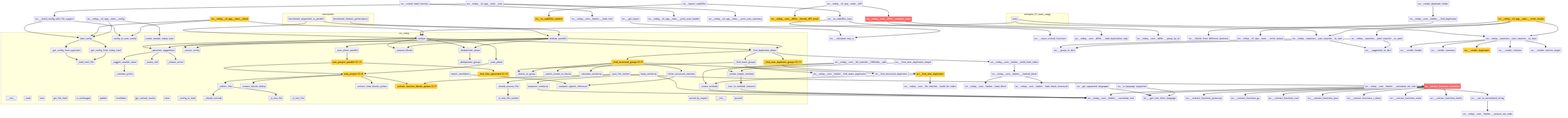
semcod/redup keeps this Mermaid diagram as project/flow.png. Above is the earlier version. Its source is kept beside it as project/flow.mmd.
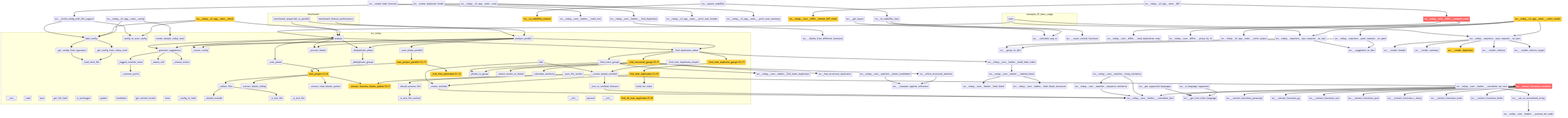
Later version of the same file.

The edit, as a diff of the source:
```diff
@@ -23,6 +23,13 @@
         src__get_cached_results["get_cached_results"]
         src__redup__core__hash_cache__HashCache__clear["clear"]
         src__redup__core__hash_cache___config_to_hash["_config_to_hash"]
+        src__find_exact_duplicates_lazy["find_exact_duplicates_lazy"]
+        src__find_structural_duplicates_lazy["find_structural_duplicates_lazy"]
+        src___create_duplicate_group["_create_duplicate_group"]
+        src__find_all_duplicates_lazy["find_all_duplicates_lazy"]
+        src____init__["__init__"]
+        src__collect["collect"]
+        src__collect_sorted["collect_sorted"]
         src__redup__core__planner___common_prefix["_common_prefix"]
         src__redup__core__planner___suggest_module_name["_suggest_module_name"]
         src__redup__core__planner___assess_risk["_assess_risk"]
@@ -33,7 +40,7 @@
         src__redup__core__scanner___is_test_file["_is_test_file"]
         src__redup__core__scanner___extract_blocks_sliding["_extract_blocks_sliding"]
         src___extract_class_blocks_python["_extract_class_blocks_python"]
-        src___extract_function_blocks_python("_extract_function_blocks_python CC=9")
+        src___extract_function_blocks_python("_extract_function_blocks_python CC=10")
         src__redup__core__scanner__scan_project("scan_project CC=8")
         src___scan_file_worker["_scan_file_worker"]
         src___should_process_file["_should_process_file"]
@@ -57,27 +64,26 @@
         src__redup__core__pipeline___calculate_similarity["_calculate_similarity"]
         src___find_near_duplicate_groups("_find_near_duplicate_groups CC=11")
         src__redup__core__pipeline__analyze_parallel["analyze_parallel"]
-        src__redup__core__matcher__sequence_similarity["sequence_similarity"]
-        src__redup__core__matcher__fuzzy_similarity["fuzzy_similarity"]
-        src___compare_against_reference["_compare_against_reference"]
-        src__redup__core__matcher__match_candidates["match_candidates"]
-        src__refine_structural_matches["refine_structural_matches"]
-        src__redup__core__hasher___normalize_text["_normalize_text"]
-        src__redup__core__hasher___normalize_ast_text["_normalize_ast_text"]
-        src___ast_to_normalized_string["_ast_to_normalized_string"]
-        src__redup__core__hasher___process_ast_node["_process_ast_node"]
-        src__redup__core__hasher___get_placeholder["_get_placeholder"]
+        src__redup__core__lsh_matcher___create_minhash["_create_minhash"]
+        src___text_to_minhash_features["_text_to_minhash_features"]
+        src___create_simple_minhash["_create_simple_minhash"]
     end
-    benchmark__benchmark_sequential_vs_parallel --> src__redup__core__pipeline__analyze
-    benchmark__benchmark_sequential_vs_parallel --> src__redup__core__pipeline__analyze_parallel
-    benchmark__benchmark_feature_performance --> src__redup__core__pipeline__analyze_parallel
-    examples__01_basic_usage__main --> src__redup__core__pipeline__analyze
-    examples__01_basic_usage__main --> src__redup__reporters__toon_reporter__to_toon
-    examples__01_basic_usage__main --> src__redup__reporters__json_reporter__to_json
     src___get_config_from_pyproject --> src__redup__core__config___load_toml_file
     src___get_config_from_redup_toml --> src__redup__core__config___load_toml_file
     src__redup__core__config__load_config --> src___get_config_from_redup_toml
     src__redup__core__config__load_config --> src___get_config_from_pyproject
+    benchmark__benchmark_sequential_vs_parallel --> src__redup__core__pipeline__analyze
+    benchmark__benchmark_sequential_vs_parallel --> src__redup__core__pipeline__analyze_parallel
+    benchmark__benchmark_feature_performance --> src__redup__core__pipeline__analyze_parallel
+    src__find_exact_duplicates_lazy --> src___create_duplicate_group
+    src__find_exact_duplicates_lazy --> src___blocks_from_different_locations
+    src__find_structural_duplicates_lazy --> src___create_duplicate_group
+    src__find_structural_duplicates_lazy --> src___blocks_from_different_locations
+    src__find_all_duplicates_lazy --> src__find_exact_duplicates_lazy
+    src__find_all_duplicates_lazy --> src__find_structural_duplicates_lazy
+    examples__01_basic_usage__main --> src__redup__core__pipeline__analyze
+    examples__01_basic_usage__main --> src__redup__reporters__toon_reporter__to_toon
+    examples__01_basic_usage__main --> src__redup__reporters__json_reporter__to_json
     src__redup__core__planner___suggest_module_name --> src__redup__core__planner___common_prefix
     src__redup__core__planner__generate_suggestions --> src__redup__core__planner___choose_action
     src__redup__core__planner__generate_suggestions --> src__redup__core__planner___suggest_module_name
@@ -121,18 +127,6 @@
     src__redup__core__pipeline__analyze_parallel --> src__redup__core__pipeline___find_duplicates_phase
     src__redup__core__pipeline__analyze_parallel --> src__redup__core__pipeline___deduplicate_phase
     src__redup__core__pipeline__analyze_parallel --> src__redup__core__planner__generate_suggestions
-    src__redup__core__matcher__sequence_similarity --> src__redup__core__hasher___normalize_text
-    src__redup__core__matcher__fuzzy_similarity --> src__redup__core__hasher___normalize_text
-    src__redup__core__matcher__fuzzy_similarity --> src__redup__core__matcher__sequence_similarity
-    src__redup__core__matcher__match_candidates --> src___compare_against_reference
-    src__refine_structural_matches --> src___compare_against_reference
-    src__redup__core__hasher___normalize_ast_text --> src__redup__core__hasher___normalize_text
-    src__redup__core__hasher___normalize_ast_text --> src___ast_to_normalized_string
-    src___ast_to_normalized_string --> src__redup__core__hasher___process_ast_node
-    src__redup__core__hasher___hashed_block --> src__redup__core__hasher__hash_block
-    src__redup__core__hasher___hashed_block --> src__redup__core__hasher__hash_block_structural
-    src__redup__core__hasher__build_hash_index --> src__redup__core__hasher___hashed_block
-    src__redup__core__hasher___find_duplicates --> src___blocks_from_different_locations
     src__redup__core__lsh_matcher___create_minhash --> src__redup__core__hasher___normalize_text
     src___text_to_minhash_features --> src__redup__core__hasher___normalize_text
     src___create_simple_minhash --> src___text_to_minhash_features
@@ -141,6 +135,24 @@
     src__find_near_duplicates --> src__redup__core__lsh_matcher___create_minhash
     src___find_near_duplicates_simple --> src___create_simple_minhash
     src__find_near_duplicates --> src__redup__core__lsh_matcher__build_lsh_index
+    src__redup__core__matcher__sequence_similarity --> src__redup__core__hasher___normalize_text
+    src__redup__core__matcher__fuzzy_similarity --> src__redup__core__hasher___normalize_text
+    src__redup__core__matcher__fuzzy_similarity --> src__redup__core__matcher__sequence_similarity
+    src__redup__core__matcher__match_candidates --> src___compare_against_reference
+    src__refine_structural_matches --> src___compare_against_reference
+    src__redup__core__hasher___normalize_ast_text --> src___ast_to_normalized_string
+    src__redup__core__hasher___normalize_ast_text --> src__redup__core__hasher___normalize_text
+    src__redup__core__hasher___hashed_block --> src__redup__core__hasher__hash_block
+    src__redup__core__hasher___hashed_block --> src__redup__core__hasher__hash_block_structural
+    src__redup__core__hasher__build_hash_index --> src__redup__core__hasher___hashed_block
+    src__redup__core__hasher___find_duplicates --> src___blocks_from_different_locations
+    src__redup__core__cache__hash_block_with_cache --> src__redup__core__hasher__hash_block
+    src__redup__core__cache__hash_block_with_cache --> src__redup__core__hasher__hash_block_structural
+    src__build_hash_index_with_cache --> src__redup__core__cache__hash_block_with_cache
+    src__extract_functions_treesitter --> src___get_tree_sitter_language
+    src__extract_functions_treesitter --> src___initialize_language_dispatcher
+    src__get_supported_languages --> src___get_tree_sitter_language
+    src__is_language_supported --> src___get_tree_sitter_language
     src___get_layers --> src___calculate_avg_cc
     src__to_code2llm_toon --> src___calculate_avg_cc
     src__to_code2llm_toon --> src___count_critical_functions
@@ -148,6 +160,8 @@
     src__export_code2llm --> src__to_code2llm_context
     src__redup__reporters__json_reporter__to_json --> src___group_to_dict
     src__redup__reporters__json_reporter__to_json --> src___suggestion_to_dict
+    src__redup__reporters__yaml_reporter__to_yaml --> src___group_to_dict
+    src__redup__reporters__yaml_reporter__to_yaml --> src___suggestion_to_dict
     src__redup__reporters__toon_reporter__to_toon --> src___render_header
     src__redup__reporters__toon_reporter__to_toon --> src___render_summary
     src__redup__reporters__toon_reporter__to_toon --> src___render_duplicates
@@ -155,18 +169,7 @@
     src__redup__reporters__toon_reporter__to_toon --> src___render_metrics_target
     src__redup__core__differ__compare_scans --> src__redup__core__differ___load_duplication_map
     src__redup__core__differ__compare_scans --> src__redup__core__differ___group_by_id
-    src__redup__reporters__yaml_reporter__to_yaml --> src___group_to_dict
-    src__redup__reporters__yaml_reporter__to_yaml --> src___suggestion_to_dict
-    src__extract_functions_treesitter --> src___get_tree_sitter_language
-    src__extract_functions_treesitter --> src___extract_functions_javascript
-    src__extract_functions_treesitter --> src___extract_functions_go
-    src__extract_functions_treesitter --> src___extract_functions_rust
-    src__extract_functions_treesitter --> src___extract_functions_java
-    src__extract_functions_treesitter --> src___extract_functions_c_sharp
-    src__extract_functions_treesitter --> src___extract_functions_scala
-    src__extract_functions_treesitter --> src___extract_functions_kotlin
-    src__get_supported_languages --> src___get_tree_sitter_language
-    src__is_language_supported --> src___get_tree_sitter_language
+    src__redup__core__differ__compare_scans --> src__calculate_diff_stats
     src__create_hash_function --> src__redup__core__hasher___hash_text
     src__create_duplicate_finder --> src__redup__core__hasher___find_duplicates
     src___build_config_with_file_support --> src__redup__core__config__load_config
@@ -188,5 +191,4 @@
 
     classDef highCC fill:#ff6b6b,stroke:#c92a2a,color:#fff
     classDef medCC fill:#ffd43b,stroke:#f08c00,color:#000
-    class src__redup__core__differ__compare_scans,src__extract_functions_treesitter highCC
-    class src___extract_function_blocks_python,src__redup__core__scanner__scan_project,src__scan_project_parallel,src___find_files_optimized,src___find_structural_groups,src___find_near_duplicate_groups,src__find_near_duplicates,src__find_all_near_duplicates,src__to_code2llm_context,src___get_refactoring_metrics,src___render_duplicates,src__redup__core__differ__format_diff_result,src__to_markdown,src__redup__cli_app__main___write_results,src__redup__cli_app__main__check medCC
+    class src___extract_function_blocks_python,src__redup__core__scanner__scan_project,src__scan_project_parallel,src___find_files_optimized,src___find_structural_groups,src___find_near_duplicate_groups,src__find_near_duplicates,src__find_all_near_duplicates,src__redup__core__hasher___normalize_text,src__to_markdown,src__to_code2llm_context,src___render_duplicates,src__redup__core__differ__format_diff_result,src___get_refactoring_metrics,src__redup__cli_app__main___write_results,src__redup__cli_app__main__check medCC
```
